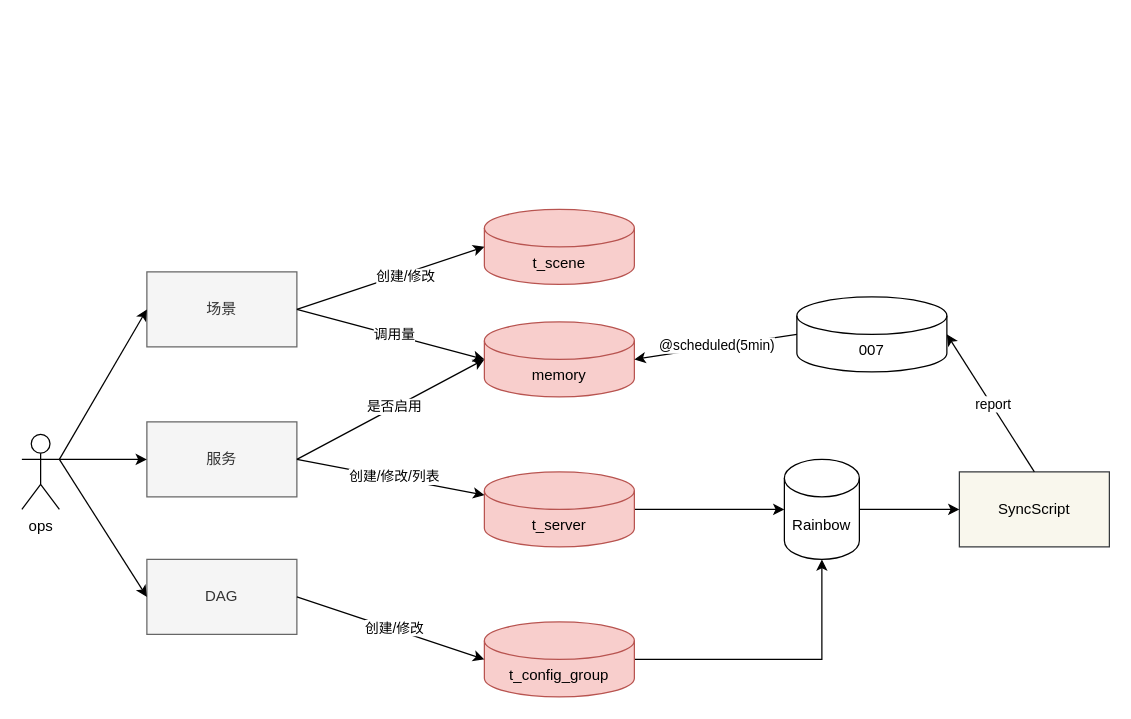
Above: trs_ops_flow.drawio in learn2Pro/draw_io_save (draw.io), before the change. Source tidied: cells renumbered, new cells numbered last; positions are measured from the earlier drawing's top-left corner, leaving out a move shared by most shapes. Both pictures are drawn from the tidied source at 125%, with x=0, y=0 at pixel (21, 209).
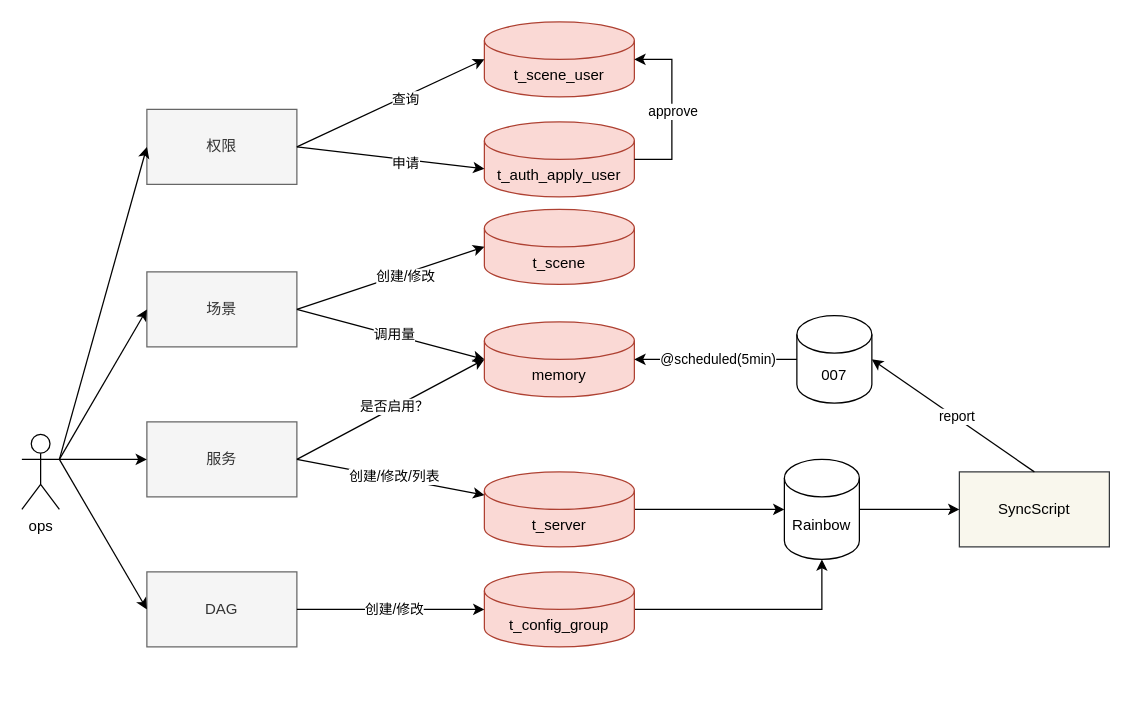
The same page after the edit.

Unchanged cells that the change refers to:
```xml
<mxCell id="2" value="ops" style="shape=umlActor;verticalLabelPosition=bottom;verticalAlign=top;html=1;outlineConnect=0;" parent="1" vertex="1">
  <mxGeometry y="180" width="30" height="60" as="geometry" />
</mxCell>
<mxCell id="31" style="endArrow=classic;html=1;rounded=0;exitX=1;exitY=0.5;exitDx=0;exitDy=0;entryX=0;entryY=0.5;entryDx=0;entryDy=0;entryPerimeter=0;" parent="1" edge="1" source="4" target="7">
  <mxGeometry relative="1" as="geometry" />
</mxCell>
```

What changed in the source:
```diff
@@
     <mxCell id="5" value="DAG" style="rounded=0;whiteSpace=wrap;html=1;fillColor=#f5f5f5;fontColor=#333333;strokeColor=#666666;" parent="1" vertex="1">
-      <mxGeometry x="100" y="280" width="120" height="60" as="geometry" />
+      <mxGeometry x="100" y="290" width="120" height="60" as="geometry" />
     </mxCell>
-    <mxCell id="6" value="t_scene" style="shape=cylinder3;whiteSpace=wrap;html=1;boundedLbl=1;backgroundOutline=1;size=15;fillColor=#f8cecc;strokeColor=#b85450;" parent="1" vertex="1">
+    <mxCell id="6" value="t_scene" style="shape=cylinder3;whiteSpace=wrap;html=1;boundedLbl=1;backgroundOutline=1;size=15;fillColor=#fad9d5;strokeColor=#ae4132;" parent="1" vertex="1">
       <mxGeometry x="370" width="120" height="60" as="geometry" />
     </mxCell>
-    <mxCell id="7" value="memory" style="shape=cylinder3;whiteSpace=wrap;html=1;boundedLbl=1;backgroundOutline=1;size=15;fillColor=#f8cecc;strokeColor=#b85450;" parent="1" vertex="1">
+    <mxCell id="7" value="memory" style="shape=cylinder3;whiteSpace=wrap;html=1;boundedLbl=1;backgroundOutline=1;size=15;fillColor=#fad9d5;strokeColor=#ae4132;" parent="1" vertex="1">
       <mxGeometry x="370" y="90" width="120" height="60" as="geometry" />
     </mxCell>
     <mxCell id="8" value="007" style="shape=cylinder3;whiteSpace=wrap;html=1;boundedLbl=1;backgroundOutline=1;size=15;" parent="1" vertex="1">
-      <mxGeometry x="620" y="70" width="120" height="60" as="geometry" />
+      <mxGeometry x="620" y="85" width="60" height="70" as="geometry" />
     </mxCell>
@@
-    <mxCell id="19" value="t_server" style="shape=cylinder3;whiteSpace=wrap;html=1;boundedLbl=1;backgroundOutline=1;size=15;fillColor=#f8cecc;strokeColor=#b85450;" parent="1" vertex="1">
+    <mxCell id="19" value="t_server" style="shape=cylinder3;whiteSpace=wrap;html=1;boundedLbl=1;backgroundOutline=1;size=15;fillColor=#fad9d5;strokeColor=#ae4132;" parent="1" vertex="1">
       <mxGeometry x="370" y="210" width="120" height="60" as="geometry" />
     </mxCell>
@@
-    <mxCell id="21" value="t_config_group" style="shape=cylinder3;whiteSpace=wrap;html=1;boundedLbl=1;backgroundOutline=1;size=15;fillColor=#f8cecc;strokeColor=#b85450;" parent="1" vertex="1">
-      <mxGeometry x="370" y="330" width="120" height="60" as="geometry" />
+    <mxCell id="21" value="t_config_group" style="shape=cylinder3;whiteSpace=wrap;html=1;boundedLbl=1;backgroundOutline=1;size=15;fillColor=#fad9d5;strokeColor=#ae4132;" parent="1" vertex="1">
+      <mxGeometry x="370" y="290" width="120" height="60" as="geometry" />
     </mxCell>
@@
-    <mxCell id="32" value="是否启用" style="edgeLabel;html=1;align=center;verticalAlign=middle;" parent="31" vertex="1">
+    <mxCell id="32" value="是否启用？" style="edgeLabel;html=1;align=center;verticalAlign=middle;" parent="31" vertex="1">
       <mxGeometry x="0.03" y="1" relative="1" as="geometry" />
     </mxCell>
+    <mxCell id="33" value="权限" style="rounded=0;whiteSpace=wrap;html=1;fillColor=#f5f5f5;fontColor=#333333;strokeColor=#666666;" parent="1" vertex="1">
+      <mxGeometry x="100" y="-80" width="120" height="60" as="geometry" />
+    </mxCell>
+    <mxCell id="34" value="t_scene_user" style="shape=cylinder3;whiteSpace=wrap;html=1;boundedLbl=1;backgroundOutline=1;size=15;fillColor=#fad9d5;strokeColor=#ae4132;" parent="1" vertex="1">
+      <mxGeometry x="370" y="-150" width="120" height="60" as="geometry" />
+    </mxCell>
+    <mxCell id="35" value="t_auth_apply_user" style="shape=cylinder3;whiteSpace=wrap;html=1;boundedLbl=1;backgroundOutline=1;size=15;fillColor=#fad9d5;strokeColor=#ae4132;" parent="1" vertex="1">
+      <mxGeometry x="370" y="-70" width="120" height="60" as="geometry" />
+    </mxCell>
+    <mxCell id="36" style="endArrow=classic;html=1;rounded=0;exitX=1;exitY=0.3333333333333333;exitDx=0;exitDy=0;exitPerimeter=0;entryX=0;entryY=0.5;entryDx=0;entryDy=0;" parent="1" edge="1" source="2" target="33">
+      <mxGeometry relative="1" as="geometry" />
+    </mxCell>
+    <mxCell id="37" style="endArrow=classic;html=1;rounded=0;exitX=1;exitY=0.5;exitDx=0;exitDy=0;entryX=0;entryY=0;entryDx=0;entryDy=37.5;entryPerimeter=0;" parent="1" edge="1" source="33" target="35">
+      <mxGeometry relative="1" as="geometry" />
+    </mxCell>
+    <mxCell id="38" value="申请" style="edgeLabel;html=1;align=center;verticalAlign=middle;" parent="37" vertex="1">
+      <mxGeometry x="0.15" y="-2" relative="1" as="geometry" />
+    </mxCell>
+    <mxCell id="39" style="endArrow=classic;html=1;rounded=0;exitX=1;exitY=0.5;exitDx=0;exitDy=0;entryX=0;entryY=0.5;entryDx=0;entryDy=0;entryPerimeter=0;" parent="1" edge="1" source="33" target="34">
+      <mxGeometry relative="1" as="geometry" />
+    </mxCell>
+    <mxCell id="40" value="查询" style="edgeLabel;html=1;align=center;verticalAlign=middle;" parent="39" vertex="1">
+      <mxGeometry x="0.15" y="-2" relative="1" as="geometry" />
+    </mxCell>
+    <mxCell id="41" style="endArrow=classic;html=1;rounded=0;exitX=1;exitY=0.5;exitDx=0;exitDy=0;entryX=1;entryY=0.5;entryDx=0;entryDy=0;entryPerimeter=0;exitPerimeter=0;edgeStyle=orthogonalEdgeStyle;" parent="1" edge="1" source="35" target="34">
+      <mxGeometry relative="1" as="geometry">
+        <Array as="points">
+          <mxPoint x="520" y="-40" />
+          <mxPoint x="520" y="-120" />
+        </Array>
+      </mxGeometry>
+    </mxCell>
+    <mxCell id="42" value="approve" style="edgeLabel;html=1;align=center;verticalAlign=middle;" parent="41" vertex="1">
+      <mxGeometry x="0.15" y="-2" relative="1" as="geometry">
+        <mxPoint x="-2" y="12" as="offset" />
+      </mxGeometry>
+    </mxCell>
```
